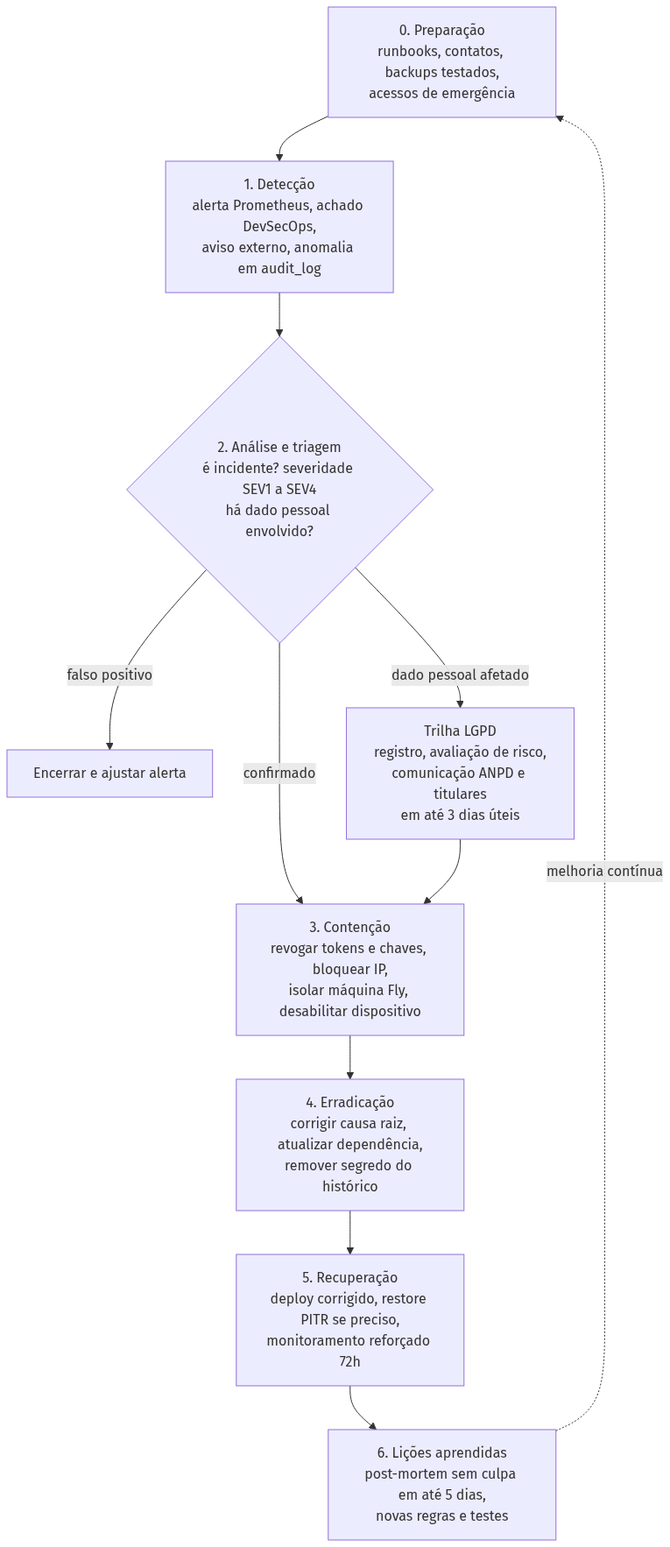
This is academic/cyber/sprint3/img/04_resposta_incidentes.png from fwd-ford/forward-docs, a Mermaid export, as it was before one commit. Its source is kept beside it as academic/cyber/sprint3/diagrams/04_resposta_incidentes.mmd. Its diagram source:
```mermaid
flowchart TD
  A["0. Preparação<br/>runbooks, contatos, backups testados,<br/>acessos de emergência"] --> B
  B["1. Detecção<br/>alerta Prometheus, achado DevSecOps,<br/>aviso externo, anomalia em audit_log"] --> C
  C{"2. Análise e triagem<br/>é incidente? severidade SEV1 a SEV4<br/>há dado pessoal envolvido?"}
  C -- "falso positivo" --> Z["Encerrar e ajustar alerta"]
  C -- "confirmado" --> D
  D["3. Contenção<br/>revogar tokens e chaves, bloquear IP,<br/>isolar máquina Fly, desabilitar dispositivo"] --> E
  E["4. Erradicação<br/>corrigir causa raiz, atualizar dependência,<br/>remover segredo do histórico"] --> F
  F["5. Recuperação<br/>deploy corrigido, restore PITR se preciso,<br/>monitoramento reforçado 72h"] --> G
  G["6. Lições aprendidas<br/>post-mortem sem culpa em até 5 dias,<br/>novas regras e testes"]
  C -- "dado pessoal afetado" --> L["Trilha LGPD<br/>registro, avaliação de risco,<br/>comunicação ANPD e titulares<br/>em até 3 dias úteis"]
  L --> D
  G -. "melhoria contínua" .-> A
```
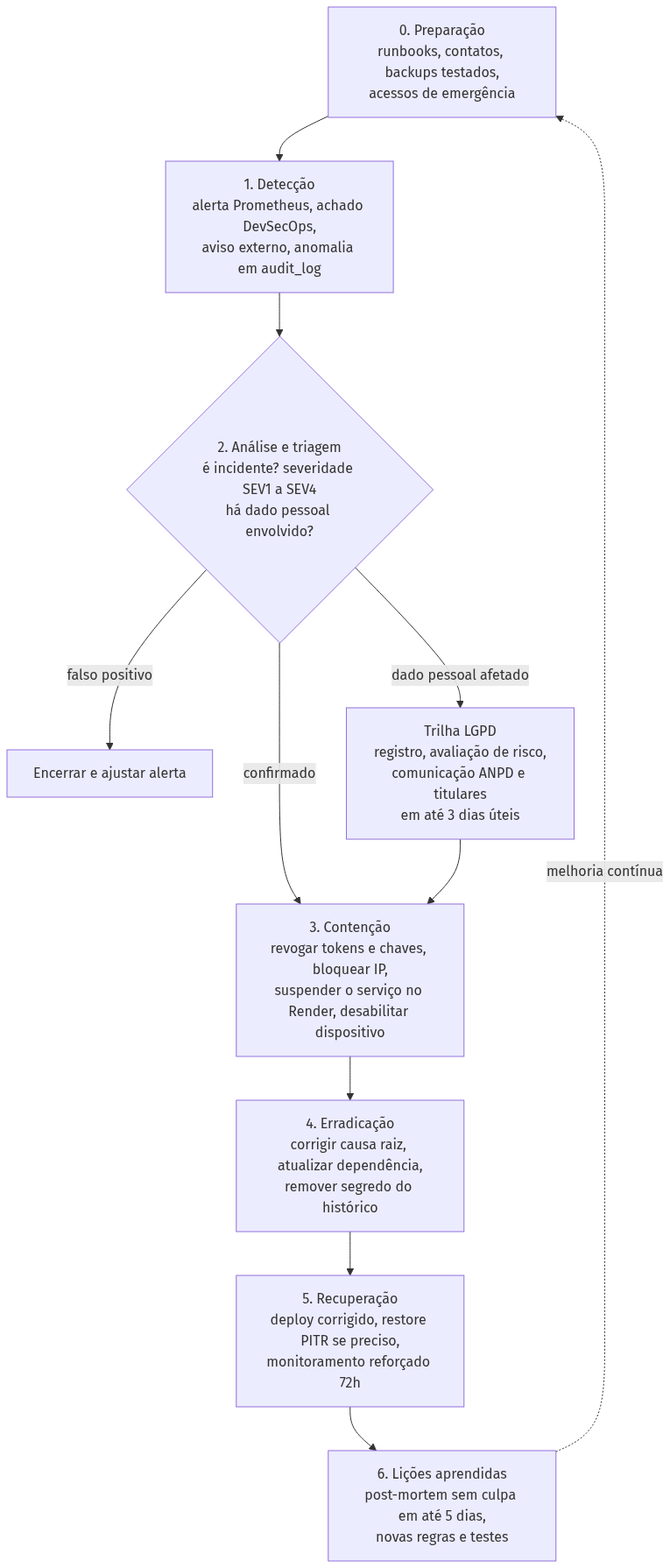
After the change.

What changed in the source:
```diff
@@ -4,7 +4,7 @@
   C{"2. Análise e triagem<br/>é incidente? severidade SEV1 a SEV4<br/>há dado pessoal envolvido?"}
   C -- "falso positivo" --> Z["Encerrar e ajustar alerta"]
   C -- "confirmado" --> D
-  D["3. Contenção<br/>revogar tokens e chaves, bloquear IP,<br/>isolar máquina Fly, desabilitar dispositivo"] --> E
+  D["3. Contenção<br/>revogar tokens e chaves, bloquear IP,<br/>suspender o serviço no Render, desabilitar dispositivo"] --> E
   E["4. Erradicação<br/>corrigir causa raiz, atualizar dependência,<br/>remover segredo do histórico"] --> F
   F["5. Recuperação<br/>deploy corrigido, restore PITR se preciso,<br/>monitoramento reforçado 72h"] --> G
   G["6. Lições aprendidas<br/>post-mortem sem culpa em até 5 dias,<br/>novas regras e testes"]
```
